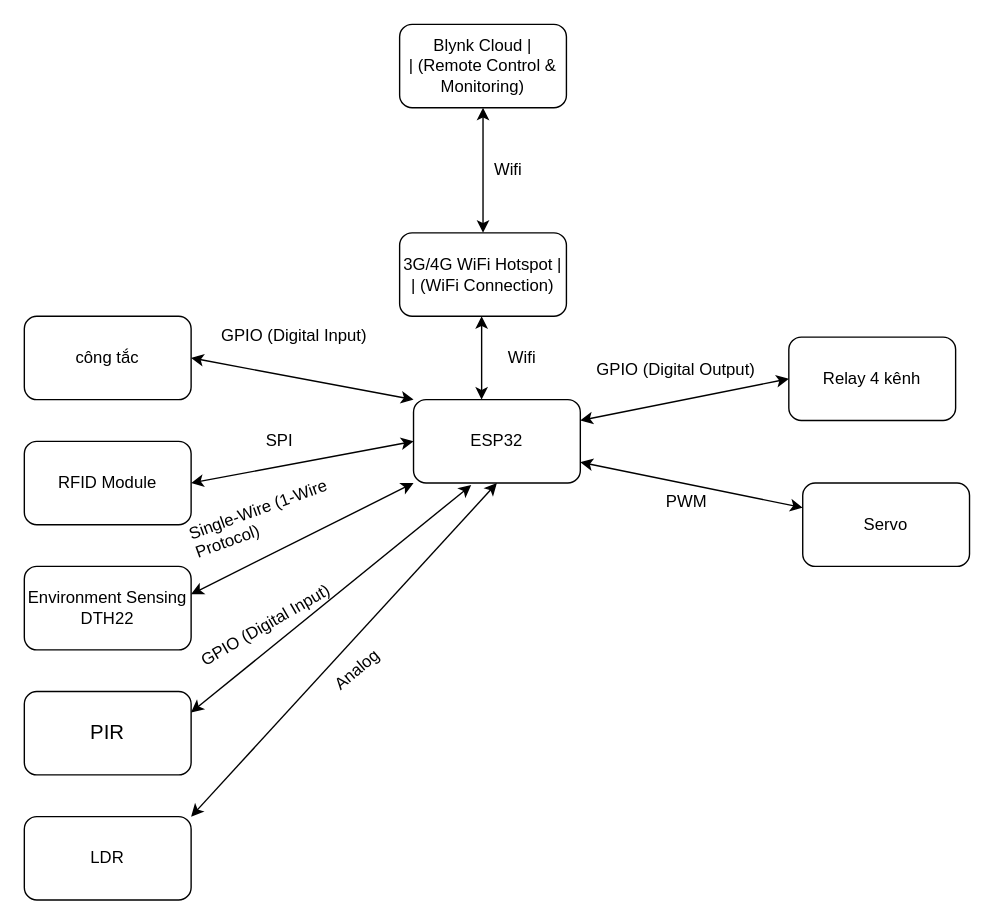
The draw.io diagram sodoKhoi.drawio in quyetcoder16/IOT_PROJECT, before the edit. Source tidied: cells renumbered, new cells numbered last; positions are measured from the earlier drawing's top-left corner, leaving out a move shared by most shapes. Both pictures are drawn from the tidied source at 139%, with x=0, y=0 at pixel (24, 24).
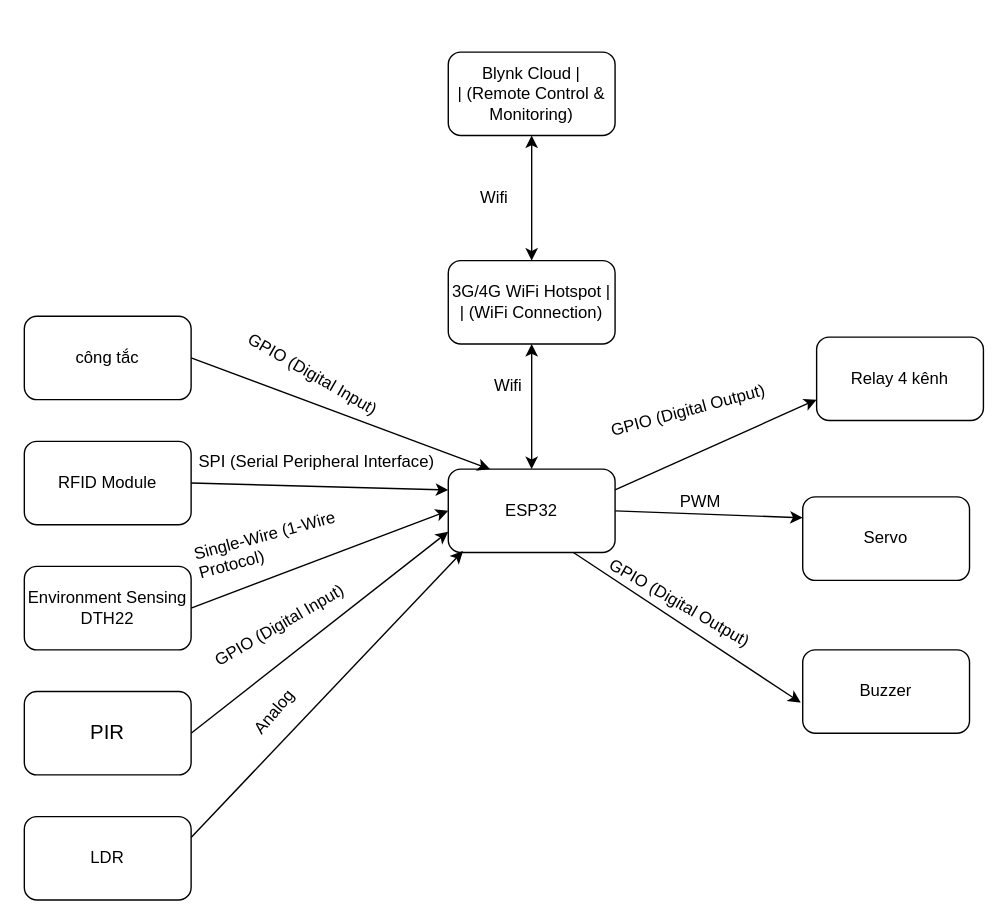
After the change.

Unchanged cells that the change refers to:
```xml
<mxCell id="4" value="&lt;div&gt;RFID Module&lt;/div&gt;" style="rounded=1;whiteSpace=wrap;html=1;" parent="1" vertex="1">
  <mxGeometry y="300" width="120" height="60" as="geometry" />
</mxCell>
<mxCell id="10" value="&lt;div&gt;Environment Sensing DTH22&lt;/div&gt;" style="rounded=1;whiteSpace=wrap;html=1;" parent="1" vertex="1">
  <mxGeometry y="390" width="120" height="60" as="geometry" />
</mxCell>
<mxCell id="12" value="&lt;span id=&quot;docs-internal-guid-bf08e1e7-7fff-56b9-9a18-f6ef462b0949&quot;&gt;&lt;span style=&quot;font-size: 11pt; font-family: Arial, sans-serif; color: rgb(0, 0, 0); background-color: transparent; font-variant-numeric: normal; font-variant-east-asian: normal; font-variant-alternates: normal; font-variant-position: normal; font-variant-emoji: normal; vertical-align: baseline; white-space-collapse: preserve;&quot;&gt;PIR&lt;/span&gt;&lt;/span&gt;" style="rounded=1;whiteSpace=wrap;html=1;" parent="1" vertex="1">
  <mxGeometry y="480" width="120" height="60" as="geometry" />
</mxCell>
<mxCell id="17" value="công tắc" style="rounded=1;whiteSpace=wrap;html=1;" parent="1" vertex="1">
  <mxGeometry y="210" width="120" height="60" as="geometry" />
</mxCell>
<mxCell id="26" value="&lt;div&gt;LDR&lt;/div&gt;" style="rounded=1;whiteSpace=wrap;html=1;" parent="1" vertex="1">
  <mxGeometry y="570" width="120" height="60" as="geometry" />
</mxCell>
```

What changed in the source:
```diff
@@
+    <mxCell id="30" style="edgeStyle=none;html=1;exitX=0.75;exitY=1;exitDx=0;exitDy=0;entryX=-0.012;entryY=0.633;entryDx=0;entryDy=0;entryPerimeter=0;" parent="1" edge="1" source="2" target="33">
+      <mxGeometry relative="1" as="geometry" />
+    </mxCell>
+    <mxCell id="31" style="edgeStyle=none;html=1;exitX=1;exitY=0.5;exitDx=0;exitDy=0;entryX=0;entryY=0.25;entryDx=0;entryDy=0;" parent="1" edge="1" source="2" target="16">
+      <mxGeometry relative="1" as="geometry" />
+    </mxCell>
+    <mxCell id="15" style="edgeStyle=none;html=1;exitX=1;exitY=0.25;exitDx=0;exitDy=0;entryX=0;entryY=0.75;entryDx=0;entryDy=0;" parent="1" edge="1" source="2" target="14">
+      <mxGeometry relative="1" as="geometry" />
+    </mxCell>
     <mxCell id="2" value="ESP32" style="rounded=1;whiteSpace=wrap;html=1;" parent="1" vertex="1">
-      <mxGeometry x="280" y="270" width="120" height="60" as="geometry" />
+      <mxGeometry x="305" y="320" width="120" height="60" as="geometry" />
     </mxCell>
     <mxCell id="3" value="&lt;div&gt;3G/4G WiFi Hotspot        |&lt;br/&gt;|       (WiFi Connection)&lt;/div&gt;" style="rounded=1;whiteSpace=wrap;html=1;" parent="1" vertex="1">
-      <mxGeometry x="270" y="150" width="120" height="60" as="geometry" />
+      <mxGeometry x="305" y="170" width="120" height="60" as="geometry" />
     </mxCell>
+    <mxCell id="25" style="edgeStyle=none;html=1;exitX=1;exitY=0.5;exitDx=0;exitDy=0;entryX=0;entryY=0.25;entryDx=0;entryDy=0;" parent="1" edge="1" source="4" target="2">
+      <mxGeometry relative="1" as="geometry" />
+    </mxCell>
@@
     <mxCell id="5" value="&lt;div&gt;Blynk Cloud               |&lt;br/&gt;|   (Remote Control &amp;amp; Monitoring)&lt;/div&gt;" style="rounded=1;whiteSpace=wrap;html=1;" parent="1" vertex="1">
-      <mxGeometry x="270" width="120" height="60" as="geometry" />
+      <mxGeometry x="305" y="20" width="120" height="60" as="geometry" />
     </mxCell>
-    <mxCell id="6" value="&lt;div&gt;SPI&amp;nbsp;&lt;/div&gt;" style="text;html=1;align=center;verticalAlign=middle;strokeColor=none;fillColor=none;" parent="1" vertex="1">
-      <mxGeometry x="160" y="285" width="50" height="30" as="geometry" />
+    <mxCell id="6" value="&lt;div&gt;SPI (Serial Peripheral Interface)&lt;/div&gt;" style="text;html=1;align=center;verticalAlign=middle;strokeColor=none;fillColor=none;" parent="1" vertex="1">
+      <mxGeometry x="115" y="300" width="190" height="30" as="geometry" />
     </mxCell>
     <mxCell id="7" value="Wifi&amp;nbsp;" style="text;html=1;align=center;verticalAlign=middle;whiteSpace=wrap;rounded=0;" parent="1" vertex="1">
-      <mxGeometry x="320" y="90" width="60" height="30" as="geometry" />
+      <mxGeometry x="310" y="110" width="60" height="30" as="geometry" />
     </mxCell>
     <mxCell id="8" value="Wifi&amp;nbsp;" style="text;html=1;align=center;verticalAlign=middle;whiteSpace=wrap;rounded=0;" parent="1" vertex="1">
-      <mxGeometry x="330" y="225" width="60" height="30" as="geometry" />
+      <mxGeometry x="320" y="245" width="60" height="30" as="geometry" />
     </mxCell>
-    <mxCell id="9" style="endArrow=classic;startArrow=classic;html=1;entryX=0.5;entryY=1;entryDx=0;entryDy=0;exitX=0.5;exitY=0;exitDx=0;exitDy=0;" parent="1" edge="1">
-      <mxGeometry relative="1" as="geometry">
-        <mxPoint x="329" y="270" as="sourcePoint" />
-        <mxPoint x="329" y="210" as="targetPoint" />
-      </mxGeometry>
+    <mxCell id="9" style="endArrow=classic;startArrow=classic;html=1;exitX=0.5;exitY=0;exitDx=0;exitDy=0;entryX=0.5;entryY=1;entryDx=0;entryDy=0;" parent="1" edge="1" source="2" target="3">
+      <mxGeometry relative="1" as="geometry" />
     </mxCell>
+    <mxCell id="32" style="edgeStyle=none;html=1;exitX=1;exitY=0.5;exitDx=0;exitDy=0;entryX=0;entryY=0.5;entryDx=0;entryDy=0;" parent="1" edge="1" source="10" target="2">
+      <mxGeometry relative="1" as="geometry" />
+    </mxCell>
@@
-    <mxCell id="11" style="endArrow=classic;startArrow=classic;html=1;exitX=0.45;exitY=0;exitDx=0;exitDy=0;exitPerimeter=0;" parent="1" edge="1" target="2">
-      <mxGeometry relative="1" as="geometry">
-        <mxPoint x="120" y="410" as="sourcePoint" />
-      </mxGeometry>
-    </mxCell>
+    <mxCell id="13" style="edgeStyle=none;html=1;exitX=1;exitY=0.5;exitDx=0;exitDy=0;entryX=0;entryY=0.75;entryDx=0;entryDy=0;" parent="1" edge="1" source="12" target="2">
+      <mxGeometry relative="1" as="geometry" />
+    </mxCell>
@@
-    <mxCell id="13" style="endArrow=classic;startArrow=classic;html=1;exitX=1;exitY=0.25;exitDx=0;exitDy=0;entryX=0.346;entryY=1.025;entryDx=0;entryDy=0;entryPerimeter=0;" parent="1" edge="1" source="12" target="2">
-      <mxGeometry relative="1" as="geometry" />
-    </mxCell>
     <mxCell id="14" value="Relay 4 kênh" style="rounded=1;whiteSpace=wrap;html=1;" parent="1" vertex="1">
-      <mxGeometry x="550" y="225" width="120" height="60" as="geometry" />
+      <mxGeometry x="570" y="225" width="120" height="60" as="geometry" />
     </mxCell>
-    <mxCell id="15" style="endArrow=classic;startArrow=classic;html=1;exitX=1;exitY=0.25;exitDx=0;exitDy=0;entryX=0;entryY=0.5;entryDx=0;entryDy=0;" parent="1" edge="1" source="2" target="14">
-      <mxGeometry relative="1" as="geometry" />
-    </mxCell>
     <mxCell id="16" value="Servo" style="rounded=1;whiteSpace=wrap;html=1;" parent="1" vertex="1">
-      <mxGeometry x="560" y="330" width="120" height="60" as="geometry" />
+      <mxGeometry x="560" y="340" width="120" height="60" as="geometry" />
     </mxCell>
+    <mxCell id="20" style="edgeStyle=none;html=1;exitX=1;exitY=0.5;exitDx=0;exitDy=0;entryX=0.25;entryY=0;entryDx=0;entryDy=0;" parent="1" edge="1" source="17" target="2">
+      <mxGeometry relative="1" as="geometry" />
+    </mxCell>
@@
-    <mxCell id="18" style="endArrow=classic;startArrow=classic;html=1;entryX=1;entryY=0.75;entryDx=0;entryDy=0;" parent="1" edge="1" source="16" target="2">
-      <mxGeometry relative="1" as="geometry" />
-    </mxCell>
     <mxCell id="19" value="&lt;div&gt;PWM&lt;/div&gt;" style="text;whiteSpace=wrap;html=1;" parent="1" vertex="1">
-      <mxGeometry x="460" y="330" width="60" height="40" as="geometry" />
+      <mxGeometry x="470" y="330" width="60" height="40" as="geometry" />
     </mxCell>
-    <mxCell id="20" style="endArrow=classic;startArrow=classic;html=1;exitX=1;exitY=0.5;exitDx=0;exitDy=0;entryX=0;entryY=0;entryDx=0;entryDy=0;" parent="1" edge="1" source="17" target="2">
-      <mxGeometry relative="1" as="geometry" />
-    </mxCell>
-    <mxCell id="21" value="&lt;div&gt;GPIO (Digital Input)&lt;/div&gt;" style="text;whiteSpace=wrap;html=1;" parent="1" vertex="1">
-      <mxGeometry x="140" y="210" width="120" height="40" as="geometry" />
+    <mxCell id="21" value="&lt;div&gt;GPIO (Digital Input)&lt;/div&gt;" style="text;whiteSpace=wrap;html=1;rotation=30;" parent="1" vertex="1">
+      <mxGeometry x="150" y="240" width="120" height="40" as="geometry" />
     </mxCell>
-    <mxCell id="22" value="&lt;div&gt;GPIO (Digital Output)&lt;/div&gt;" style="text;whiteSpace=wrap;html=1;rotation=0;" parent="1" vertex="1">
-      <mxGeometry x="410" y="235" width="150" height="40" as="geometry" />
+    <mxCell id="22" value="&lt;div&gt;GPIO (Digital Output)&lt;/div&gt;" style="text;whiteSpace=wrap;html=1;rotation=-15;" parent="1" vertex="1">
+      <mxGeometry x="420" y="260" width="150" height="40" as="geometry" />
     </mxCell>
     <mxCell id="23" value="&lt;div&gt;GPIO (Digital Input)&lt;/div&gt;" style="text;whiteSpace=wrap;html=1;rotation=-30;" parent="1" vertex="1">
-      <mxGeometry x="120" y="410" width="140" height="40" as="geometry" />
+      <mxGeometry x="130" y="410" width="140" height="40" as="geometry" />
     </mxCell>
-    <mxCell id="24" value="&lt;div&gt;Single-Wire (1-Wire Protocol)&lt;/div&gt;" style="text;whiteSpace=wrap;html=1;rotation=-20;" parent="1" vertex="1">
-      <mxGeometry x="115" y="330" width="140" height="40" as="geometry" />
+    <mxCell id="24" value="&lt;div&gt;Single-Wire (1-Wire Protocol)&lt;/div&gt;" style="text;whiteSpace=wrap;html=1;rotation=-15;" parent="1" vertex="1">
+      <mxGeometry x="120" y="350" width="140" height="40" as="geometry" />
     </mxCell>
-    <mxCell id="25" style="endArrow=classic;startArrow=classic;html=1;exitX=1;exitY=0.5;exitDx=0;exitDy=0;entryX=0;entryY=0.5;entryDx=0;entryDy=0;" parent="1" edge="1" source="4" target="2">
-      <mxGeometry relative="1" as="geometry" />
-    </mxCell>
+    <mxCell id="27" style="edgeStyle=none;html=1;exitX=1;exitY=0.25;exitDx=0;exitDy=0;entryX=0.088;entryY=0.983;entryDx=0;entryDy=0;entryPerimeter=0;" parent="1" edge="1" source="26" target="2">
+      <mxGeometry relative="1" as="geometry" />
+    </mxCell>
@@
-    <mxCell id="27" style="endArrow=classic;startArrow=classic;html=1;exitX=1;exitY=0;exitDx=0;exitDy=0;entryX=0.5;entryY=1;entryDx=0;entryDy=0;" parent="1" edge="1" source="26" target="2">
-      <mxGeometry relative="1" as="geometry" />
-    </mxCell>
-    <mxCell id="28" value="&lt;div&gt;Analog&lt;/div&gt;" style="text;whiteSpace=wrap;html=1;rotation=-40;" parent="1" vertex="1">
-      <mxGeometry x="220" y="440" width="70" height="40" as="geometry" />
+    <mxCell id="28" value="&lt;div&gt;Analog&lt;/div&gt;" style="text;whiteSpace=wrap;html=1;rotation=-50;" parent="1" vertex="1">
+      <mxGeometry x="155" y="470" width="70" height="30" as="geometry" />
     </mxCell>
@@
+    <mxCell id="33" value="Buzzer" style="rounded=1;whiteSpace=wrap;html=1;" parent="1" vertex="1">
+      <mxGeometry x="560" y="450" width="120" height="60" as="geometry" />
+    </mxCell>
+    <mxCell id="34" value="&lt;div&gt;GPIO (Digital Output)&lt;/div&gt;" style="text;whiteSpace=wrap;html=1;rotation=30;" parent="1" vertex="1">
+      <mxGeometry x="410" y="410" width="150" height="30" as="geometry" />
+    </mxCell>
```
